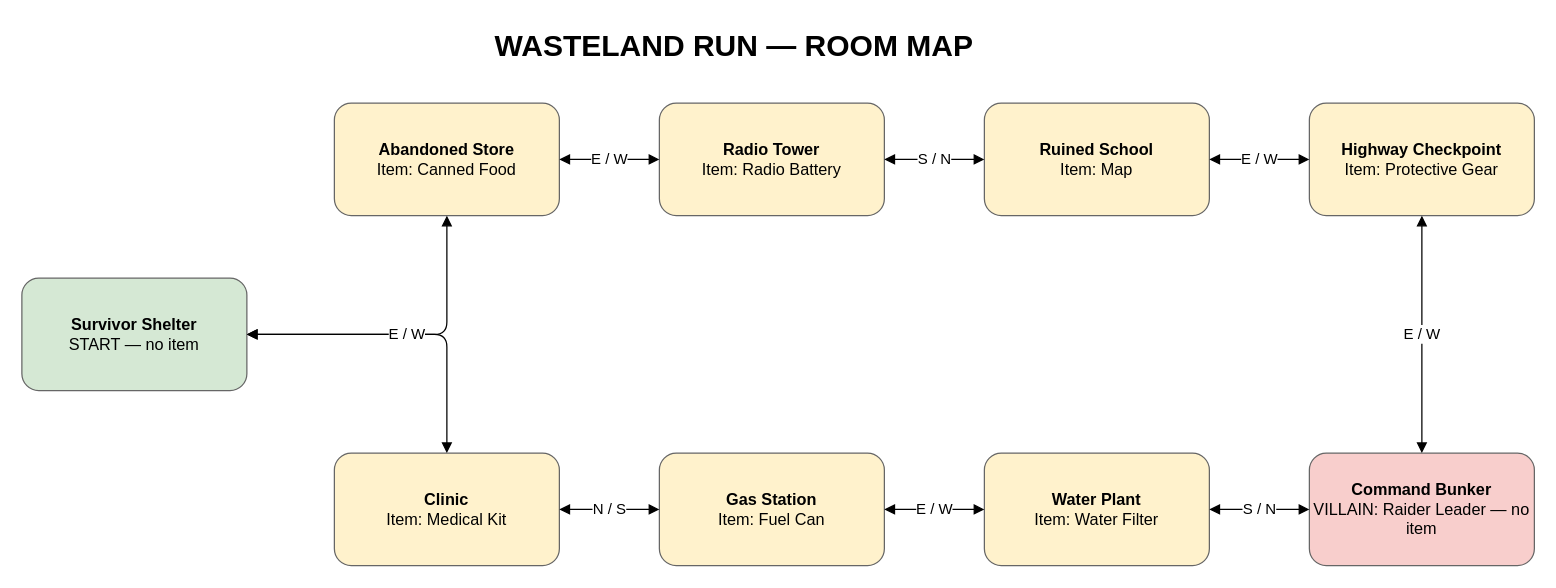
The draw.io diagram Project-One/game_map.drawio in BirdBossKyle/it140-m3-assignment, before the edit. Source tidied: cells renumbered, new cells numbered last; positions are measured from the earlier drawing's top-left corner, leaving out a move shared by most shapes. Both pictures are drawn from the tidied source at 125%, with x=0, y=0 at pixel (21, 21).
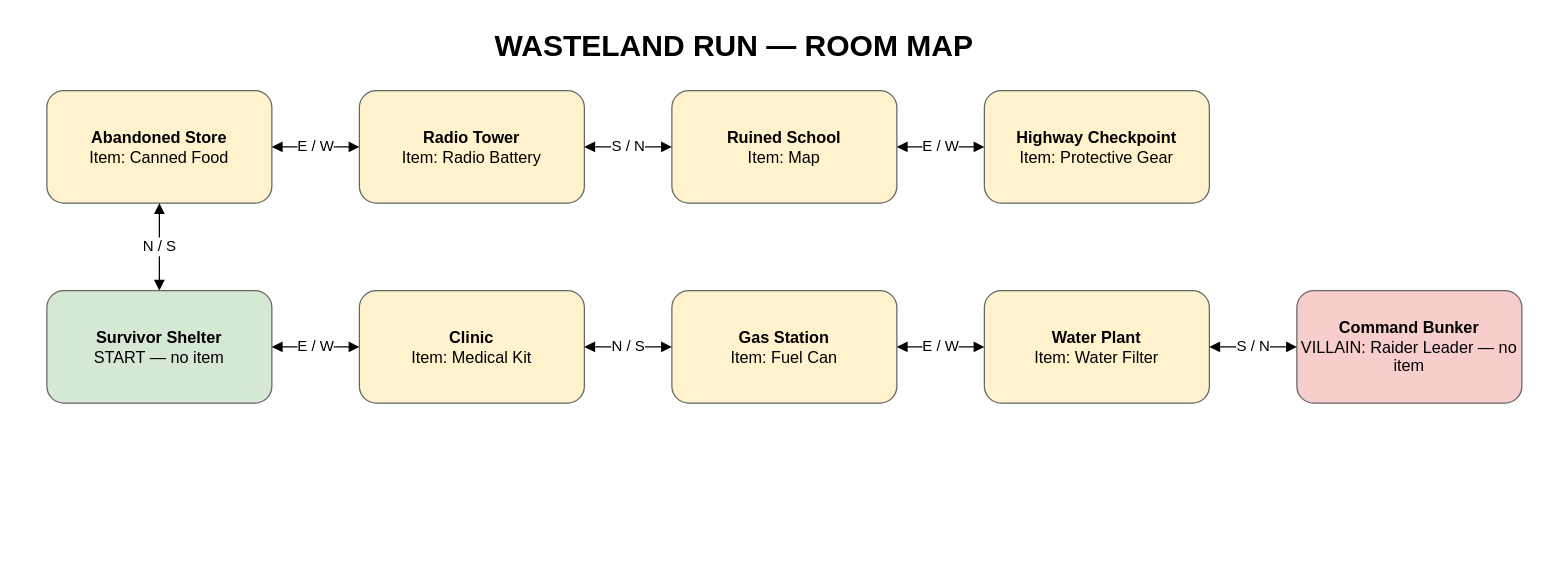
The same page after the edit.

Commit message:
Review and correct Project One deliverable

The edit, as a diff of the source:
```diff
@@
     <mxCell id="3" value="&lt;b&gt;Survivor Shelter&lt;/b&gt;&lt;br&gt;START — no item" style="rounded=1;whiteSpace=wrap;html=1;fillColor=#d5e8d4;strokeColor=#666666;fontSize=13;align=center;verticalAlign=middle;" parent="1" vertex="1">
-      <mxGeometry y="205" width="180" height="90" as="geometry" />
+      <mxGeometry x="20" y="215" width="180" height="90" as="geometry" />
     </mxCell>
     <mxCell id="4" value="&lt;b&gt;Abandoned Store&lt;/b&gt;&lt;br&gt;Item: Canned Food" style="rounded=1;whiteSpace=wrap;html=1;fillColor=#fff2cc;strokeColor=#666666;fontSize=13;align=center;verticalAlign=middle;" parent="1" vertex="1">
-      <mxGeometry x="250" y="65" width="180" height="90" as="geometry" />
+      <mxGeometry x="20" y="55" width="180" height="90" as="geometry" />
     </mxCell>
     <mxCell id="5" value="&lt;b&gt;Clinic&lt;/b&gt;&lt;br&gt;Item: Medical Kit" style="rounded=1;whiteSpace=wrap;html=1;fillColor=#fff2cc;strokeColor=#666666;fontSize=13;align=center;verticalAlign=middle;" parent="1" vertex="1">
-      <mxGeometry x="250" y="345" width="180" height="90" as="geometry" />
+      <mxGeometry x="270" y="215" width="180" height="90" as="geometry" />
     </mxCell>
     <mxCell id="6" value="&lt;b&gt;Radio Tower&lt;/b&gt;&lt;br&gt;Item: Radio Battery" style="rounded=1;whiteSpace=wrap;html=1;fillColor=#fff2cc;strokeColor=#666666;fontSize=13;align=center;verticalAlign=middle;" parent="1" vertex="1">
-      <mxGeometry x="510" y="65" width="180" height="90" as="geometry" />
+      <mxGeometry x="270" y="55" width="180" height="90" as="geometry" />
     </mxCell>
     <mxCell id="7" value="&lt;b&gt;Gas Station&lt;/b&gt;&lt;br&gt;Item: Fuel Can" style="rounded=1;whiteSpace=wrap;html=1;fillColor=#fff2cc;strokeColor=#666666;fontSize=13;align=center;verticalAlign=middle;" parent="1" vertex="1">
-      <mxGeometry x="510" y="345" width="180" height="90" as="geometry" />
+      <mxGeometry x="520" y="215" width="180" height="90" as="geometry" />
     </mxCell>
     <mxCell id="8" value="&lt;b&gt;Ruined School&lt;/b&gt;&lt;br&gt;Item: Map" style="rounded=1;whiteSpace=wrap;html=1;fillColor=#fff2cc;strokeColor=#666666;fontSize=13;align=center;verticalAlign=middle;" parent="1" vertex="1">
-      <mxGeometry x="770" y="65" width="180" height="90" as="geometry" />
+      <mxGeometry x="520" y="55" width="180" height="90" as="geometry" />
     </mxCell>
     <mxCell id="9" value="&lt;b&gt;Water Plant&lt;/b&gt;&lt;br&gt;Item: Water Filter" style="rounded=1;whiteSpace=wrap;html=1;fillColor=#fff2cc;strokeColor=#666666;fontSize=13;align=center;verticalAlign=middle;" parent="1" vertex="1">
-      <mxGeometry x="770" y="345" width="180" height="90" as="geometry" />
+      <mxGeometry x="770" y="215" width="180" height="90" as="geometry" />
     </mxCell>
     <mxCell id="10" value="&lt;b&gt;Highway Checkpoint&lt;/b&gt;&lt;br&gt;Item: Protective Gear" style="rounded=1;whiteSpace=wrap;html=1;fillColor=#fff2cc;strokeColor=#666666;fontSize=13;align=center;verticalAlign=middle;" parent="1" vertex="1">
-      <mxGeometry x="1030" y="65" width="180" height="90" as="geometry" />
+      <mxGeometry x="770" y="55" width="180" height="90" as="geometry" />
     </mxCell>
     <mxCell id="11" value="&lt;b&gt;Command Bunker&lt;/b&gt;&lt;br&gt;VILLAIN: Raider Leader — no item" style="rounded=1;whiteSpace=wrap;html=1;fillColor=#f8cecc;strokeColor=#666666;fontSize=13;align=center;verticalAlign=middle;" parent="1" vertex="1">
-      <mxGeometry x="1030" y="345" width="180" height="90" as="geometry" />
+      <mxGeometry x="1020" y="215" width="180" height="90" as="geometry" />
     </mxCell>
@@
-    <mxCell id="20" value="E / W" style="edgeStyle=orthogonalEdgeStyle;rounded=1;jettySize=auto;html=1;endArrow=block;endFill=1;startArrow=block;startFill=1;fontSize=12;labelBackgroundColor=#ffffff;" parent="1" edge="1" source="10" target="11">
-      <mxGeometry relative="1" as="geometry" />
-    </mxCell>
```
